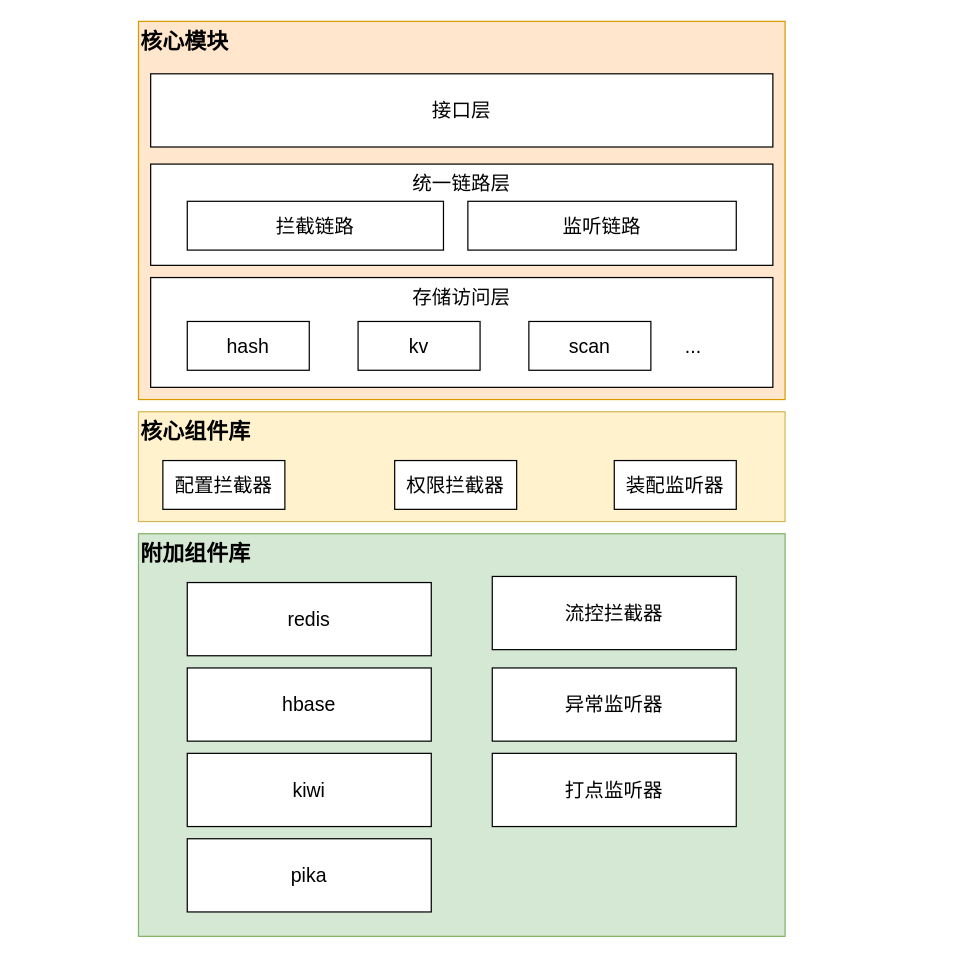
This is 多模块设计.drawio from FlyThroughAir/DrawHere, a draw.io file, before an edit. Source tidied: cells renumbered, new cells numbered last; positions are measured from the earlier drawing's top-left corner, leaving out a move shared by most shapes. Both pictures are drawn from the tidied source at 122%, with x=0, y=0 at pixel (138, 21).
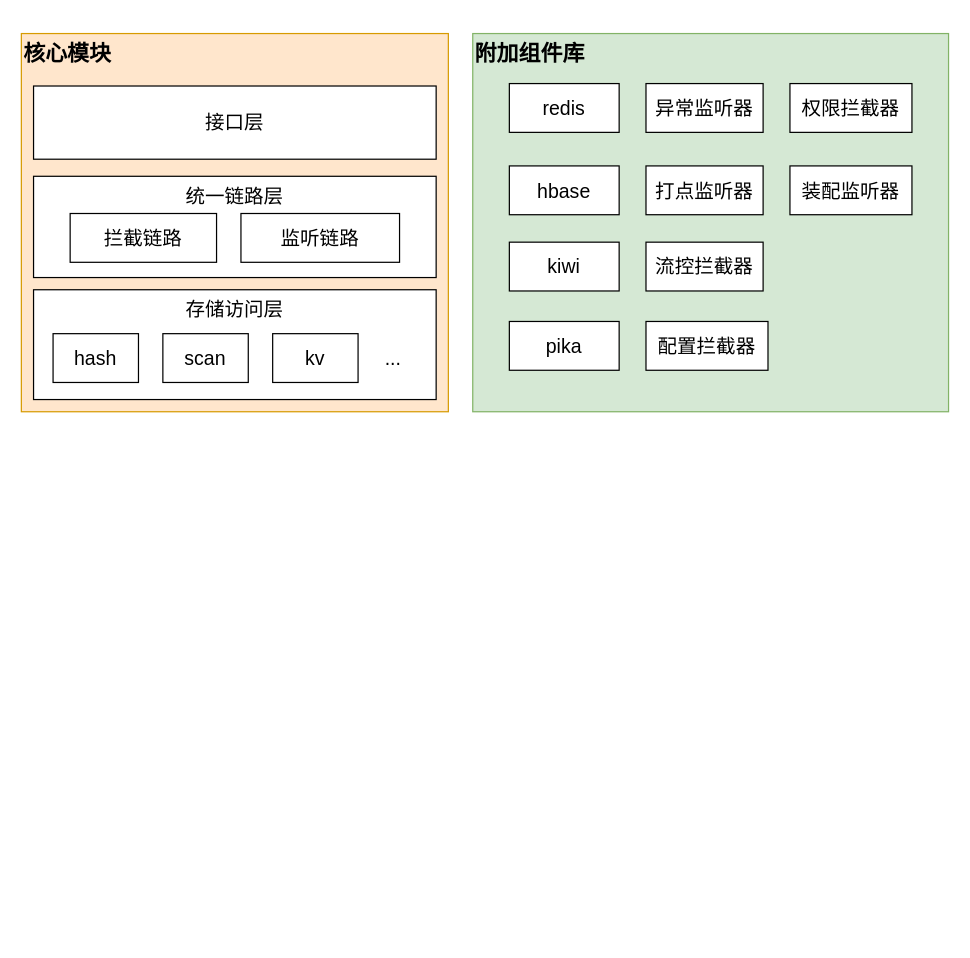
Above is the later version.

Commit message:
Update 多模块设计.drawio

The edit, as a diff of the source:
```diff
@@
     <mxCell id="2" value="附加组件库" style="rounded=0;whiteSpace=wrap;html=1;verticalAlign=top;align=left;fontSize=18;fontStyle=1;fillColor=#d5e8d4;strokeColor=#82b366;" parent="1" vertex="1">
-      <mxGeometry y="420" width="530" height="330" as="geometry" />
+      <mxGeometry x="274" y="10" width="390" height="310" as="geometry" />
     </mxCell>
     <mxCell id="3" value="核心模块" style="rounded=0;whiteSpace=wrap;html=1;verticalAlign=top;align=left;fontSize=18;fontStyle=1;fillColor=#ffe6cc;strokeColor=#d79b00;" parent="1" vertex="1">
-      <mxGeometry width="530" height="310" as="geometry" />
+      <mxGeometry x="-96" y="10" width="350" height="310" as="geometry" />
     </mxCell>
     <mxCell id="4" value="统一链路层" style="rounded=0;whiteSpace=wrap;html=1;verticalAlign=top;fontSize=16;" parent="1" vertex="1">
-      <mxGeometry x="10" y="117" width="510" height="83" as="geometry" />
+      <mxGeometry x="-86" y="127" width="330" height="83" as="geometry" />
     </mxCell>
     <mxCell id="5" value="存储访问层" style="rounded=0;whiteSpace=wrap;html=1;fontSize=16;verticalAlign=top;" parent="1" vertex="1">
-      <mxGeometry x="10" y="210" width="510" height="90" as="geometry" />
+      <mxGeometry x="-86" y="220" width="330" height="90" as="geometry" />
     </mxCell>
     <mxCell id="6" value="拦截链路" style="rounded=0;whiteSpace=wrap;html=1;fontSize=16;" parent="1" vertex="1">
-      <mxGeometry x="40" y="147.5" width="210" height="40" as="geometry" />
+      <mxGeometry x="-56" y="157.5" width="120" height="40" as="geometry" />
     </mxCell>
-    <mxCell id="7" value="&lt;font style=&quot;font-size: 18px&quot;&gt;&lt;b&gt;核心组件库&lt;/b&gt;&lt;/font&gt;" style="rounded=0;whiteSpace=wrap;html=1;fontSize=16;verticalAlign=top;align=left;fillColor=#fff2cc;strokeColor=#d6b656;" parent="1" vertex="1">
-      <mxGeometry y="320" width="530" height="90" as="geometry" />
-    </mxCell>
     <mxCell id="8" value="监听链路" style="rounded=0;whiteSpace=wrap;html=1;fontSize=16;" parent="1" vertex="1">
-      <mxGeometry x="270" y="147.5" width="220" height="40" as="geometry" />
+      <mxGeometry x="84" y="157.5" width="130" height="40" as="geometry" />
     </mxCell>
     <mxCell id="9" value="接口层" style="rounded=0;whiteSpace=wrap;html=1;fontSize=16;" parent="1" vertex="1">
-      <mxGeometry x="10" y="43" width="510" height="60" as="geometry" />
+      <mxGeometry x="-86" y="53" width="330" height="60" as="geometry" />
     </mxCell>
     <mxCell id="10" value="redis" style="rounded=0;whiteSpace=wrap;html=1;fontSize=16;" parent="1" vertex="1">
-      <mxGeometry x="40" y="460" width="200" height="60" as="geometry" />
+      <mxGeometry x="304" y="51" width="90" height="40" as="geometry" />
     </mxCell>
     <mxCell id="11" value="hbase" style="rounded=0;whiteSpace=wrap;html=1;fontSize=16;" parent="1" vertex="1">
-      <mxGeometry x="40" y="530" width="200" height="60" as="geometry" />
+      <mxGeometry x="304" y="118.5" width="90" height="40" as="geometry" />
     </mxCell>
     <mxCell id="12" value="kiwi" style="rounded=0;whiteSpace=wrap;html=1;fontSize=16;" parent="1" vertex="1">
-      <mxGeometry x="40" y="600" width="200" height="60" as="geometry" />
+      <mxGeometry x="304" y="181" width="90" height="40" as="geometry" />
     </mxCell>
     <mxCell id="13" value="pika" style="rounded=0;whiteSpace=wrap;html=1;fontSize=16;" parent="1" vertex="1">
-      <mxGeometry x="40" y="670" width="200" height="60" as="geometry" />
+      <mxGeometry x="304" y="246" width="90" height="40" as="geometry" />
     </mxCell>
     <mxCell id="14" value="权限拦截器" style="rounded=0;whiteSpace=wrap;html=1;fontSize=16;" parent="1" vertex="1">
-      <mxGeometry x="210" y="360" width="100" height="40" as="geometry" />
+      <mxGeometry x="534" y="51" width="100" height="40" as="geometry" />
     </mxCell>
     <mxCell id="15" value="异常监听器" style="rounded=0;whiteSpace=wrap;html=1;fontSize=16;" parent="1" vertex="1">
-      <mxGeometry x="290" y="530" width="200" height="60" as="geometry" />
+      <mxGeometry x="416" y="51" width="96" height="40" as="geometry" />
     </mxCell>
     <mxCell id="16" value="流控拦截器" style="rounded=0;whiteSpace=wrap;html=1;fontSize=16;" parent="1" vertex="1">
-      <mxGeometry x="290" y="455" width="200" height="60" as="geometry" />
+      <mxGeometry x="416" y="181" width="96" height="40" as="geometry" />
     </mxCell>
     <mxCell id="17" value="装配监听器" style="rounded=0;whiteSpace=wrap;html=1;fontSize=16;" parent="1" vertex="1">
-      <mxGeometry x="390" y="360" width="100" height="40" as="geometry" />
+      <mxGeometry x="534" y="118.5" width="100" height="40" as="geometry" />
     </mxCell>
     <mxCell id="18" value="配置拦截器" style="rounded=0;whiteSpace=wrap;html=1;fontSize=16;" parent="1" vertex="1">
-      <mxGeometry x="20" y="360" width="100" height="40" as="geometry" />
+      <mxGeometry x="416" y="246" width="100" height="40" as="geometry" />
     </mxCell>
-    <mxCell id="19" value="打点监听器" style="rounded=0;whiteSpace=wrap;html=1;fontSize=16;" parent="1" vertex="1">
-      <mxGeometry x="290" y="600" width="200" height="60" as="geometry" />
-    </mxCell>
     <mxCell id="20" value="hash" style="rounded=0;whiteSpace=wrap;html=1;fontSize=16;" parent="1" vertex="1">
-      <mxGeometry x="40" y="246" width="100" height="40" as="geometry" />
+      <mxGeometry x="-70" y="256" width="70" height="40" as="geometry" />
     </mxCell>
     <mxCell id="21" value="scan" style="rounded=0;whiteSpace=wrap;html=1;fontSize=16;" parent="1" vertex="1">
-      <mxGeometry x="320" y="246" width="100" height="40" as="geometry" />
+      <mxGeometry x="20" y="256" width="70" height="40" as="geometry" />
     </mxCell>
     <mxCell id="22" value="kv" style="rounded=0;whiteSpace=wrap;html=1;fontSize=16;" parent="1" vertex="1">
-      <mxGeometry x="180" y="246" width="100" height="40" as="geometry" />
+      <mxGeometry x="110" y="256" width="70" height="40" as="geometry" />
     </mxCell>
     <mxCell id="23" value="..." style="rounded=0;whiteSpace=wrap;html=1;fontSize=16;strokeColor=#FFFFFF;" parent="1" vertex="1">
-      <mxGeometry x="430" y="246" width="50" height="40" as="geometry" />
+      <mxGeometry x="184" y="256" width="50" height="40" as="geometry" />
     </mxCell>
+    <mxCell id="19" value="打点监听器" style="rounded=0;whiteSpace=wrap;html=1;fontSize=16;" parent="1" vertex="1">
+      <mxGeometry x="416" y="118.5" width="96" height="40" as="geometry" />
+    </mxCell>
```
